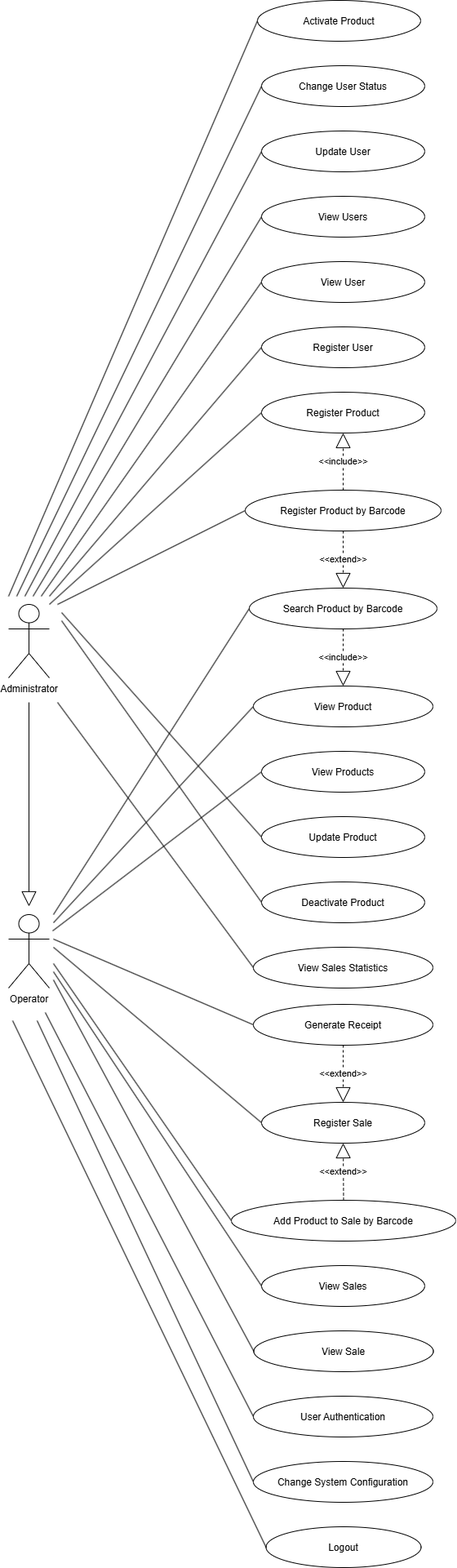
This is docs/diagrams/Use_Case_Diagram.png from Marcos556149/sales-management-system, a draw.io export, as it was before one commit. Source tidied: cells renumbered, new cells last; positions are measured from the earlier drawing's top-left corner, leaving out a move shared by most shapes.
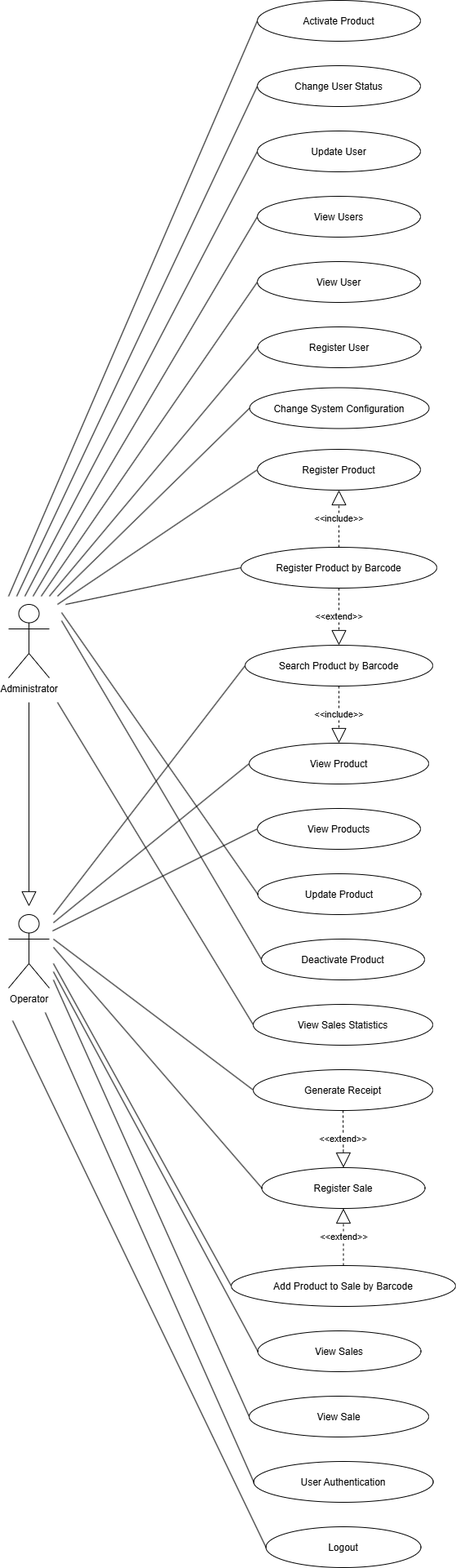
The same file after the commit.

Change to the diagram source:
```diff
@@ -3,43 +3,43 @@
     <mxCell id="0" />
     <mxCell id="1" parent="0" />
     <mxCell id="2" value="Register Product" style="ellipse;" parent="1" vertex="1">
-      <mxGeometry x="310" y="480" width="200" height="50" as="geometry" />
+      <mxGeometry x="305" y="550" width="200" height="50" as="geometry" />
     </mxCell>
     <mxCell id="3" value="View Products" style="ellipse;" parent="1" vertex="1">
-      <mxGeometry x="310" y="920" width="200" height="50" as="geometry" />
+      <mxGeometry x="305" y="990" width="200" height="50" as="geometry" />
     </mxCell>
     <mxCell id="4" value="Update Product" style="ellipse;" parent="1" vertex="1">
-      <mxGeometry x="310" y="1000" width="200" height="50" as="geometry" />
+      <mxGeometry x="305.5" y="1070" width="200" height="50" as="geometry" />
     </mxCell>
     <mxCell id="5" value="Deactivate Product" style="ellipse;" parent="1" vertex="1">
-      <mxGeometry x="310" y="1080" width="200" height="50" as="geometry" />
+      <mxGeometry x="310" y="1150" width="200" height="50" as="geometry" />
     </mxCell>
     <mxCell id="6" value="Search Product by Barcode" style="ellipse;" parent="1" vertex="1">
-      <mxGeometry x="295" y="720" width="230" height="50" as="geometry" />
+      <mxGeometry x="290" y="790" width="230" height="50" as="geometry" />
     </mxCell>
     <mxCell id="7" value="Register Product by Barcode" style="ellipse;" parent="1" vertex="1">
-      <mxGeometry x="290" y="600" width="240" height="50" as="geometry" />
+      <mxGeometry x="285" y="670" width="240" height="50" as="geometry" />
     </mxCell>
     <mxCell id="8" value="View Product" style="ellipse;" parent="1" vertex="1">
-      <mxGeometry x="300" y="840" width="220" height="50" as="geometry" />
+      <mxGeometry x="295" y="910" width="220" height="50" as="geometry" />
     </mxCell>
     <mxCell id="9" value="Register Sale" style="ellipse;" parent="1" vertex="1">
-      <mxGeometry x="310" y="1350" width="200" height="50" as="geometry" />
+      <mxGeometry x="310.5" y="1430" width="200" height="50" as="geometry" />
     </mxCell>
     <mxCell id="10" value="View Sales" style="ellipse;" parent="1" vertex="1">
-      <mxGeometry x="310" y="1550" width="200" height="50" as="geometry" />
+      <mxGeometry x="305.5" y="1630" width="200" height="50" as="geometry" />
     </mxCell>
     <mxCell id="11" value="Add Product to Sale by Barcode" style="ellipse;" parent="1" vertex="1">
-      <mxGeometry x="273" y="1470" width="275" height="50" as="geometry" />
+      <mxGeometry x="273" y="1550" width="275" height="50" as="geometry" />
     </mxCell>
     <mxCell id="12" value="Generate Receipt" style="ellipse;" parent="1" vertex="1">
-      <mxGeometry x="300" y="1230" width="220" height="50" as="geometry" />
+      <mxGeometry x="300" y="1310" width="220" height="50" as="geometry" />
     </mxCell>
     <mxCell id="13" value="View Sale" style="ellipse;" parent="1" vertex="1">
-      <mxGeometry x="300.5" y="1630" width="220" height="50" as="geometry" />
+      <mxGeometry x="295" y="1710" width="220" height="50" as="geometry" />
     </mxCell>
     <mxCell id="14" value="User Authentication" style="ellipse;" parent="1" vertex="1">
-      <mxGeometry x="300" y="1710" width="220" height="50" as="geometry" />
+      <mxGeometry x="300.5" y="1790" width="220" height="50" as="geometry" />
     </mxCell>
     <mxCell id="15" value="Administrator" style="shape=umlActor;verticalLabelPosition=bottom;verticalAlign=top;html=1;" parent="1" vertex="1">
       <mxGeometry y="740" width="50" height="90" as="geometry" />
@@ -62,148 +62,148 @@
     <mxCell id="21" value="&amp;lt;&amp;lt;extend&amp;gt;&amp;gt;" style="endArrow=block;endSize=16;endFill=0;html=1;rounded=0;dashed=1;entryX=0.5;entryY=0;entryDx=0;entryDy=0;exitX=0.5;exitY=1;exitDx=0;exitDy=0;" parent="1" edge="1" source="7" target="6">
       <mxGeometry relative="1" as="geometry" />
     </mxCell>
-    <mxCell id="22" style="endArrow=none;html=1;rounded=0;entryX=0;entryY=0.5;entryDx=0;entryDy=0;" parent="1" edge="1" target="6">
-      <mxGeometry relative="1" as="geometry">
-        <mxPoint x="55" y="1120" as="sourcePoint" />
-      </mxGeometry>
-    </mxCell>
-    <mxCell id="23" style="endArrow=none;html=1;rounded=0;entryX=0;entryY=0.5;entryDx=0;entryDy=0;" parent="1" edge="1" target="8">
-      <mxGeometry relative="1" as="geometry">
-        <mxPoint x="55" y="1130" as="sourcePoint" />
-      </mxGeometry>
-    </mxCell>
-    <mxCell id="24" style="endArrow=none;html=1;rounded=0;entryX=0;entryY=0.5;entryDx=0;entryDy=0;" parent="1" edge="1" target="3">
-      <mxGeometry relative="1" as="geometry">
-        <mxPoint x="54" y="1140" as="sourcePoint" />
-      </mxGeometry>
-    </mxCell>
-    <mxCell id="25" style="endArrow=none;html=1;rounded=0;entryX=0;entryY=0.5;entryDx=0;entryDy=0;" parent="1" edge="1" target="14">
-      <mxGeometry relative="1" as="geometry">
-        <mxPoint x="45" y="1240" as="sourcePoint" />
-      </mxGeometry>
-    </mxCell>
-    <mxCell id="26" style="endArrow=block;endSize=16;endFill=0;html=1;rounded=0;" parent="1" edge="1">
-      <mxGeometry relative="1" as="geometry">
-        <mxPoint x="25" y="860" as="sourcePoint" />
-        <mxPoint x="25" y="1110" as="targetPoint" />
-      </mxGeometry>
-    </mxCell>
-    <mxCell id="27" style="endArrow=none;html=1;rounded=0;entryX=0;entryY=0.5;entryDx=0;entryDy=0;" parent="1" edge="1" target="10">
-      <mxGeometry relative="1" as="geometry">
-        <mxPoint x="55" y="1190" as="sourcePoint" />
-      </mxGeometry>
-    </mxCell>
-    <mxCell id="28" style="endArrow=none;html=1;rounded=0;entryX=0;entryY=0.5;entryDx=0;entryDy=0;" parent="1" edge="1" target="13">
-      <mxGeometry relative="1" as="geometry">
-        <mxPoint x="55" y="1200" as="sourcePoint" />
-      </mxGeometry>
-    </mxCell>
-    <mxCell id="29" style="endArrow=none;html=1;rounded=0;entryX=0;entryY=0.5;entryDx=0;entryDy=0;" parent="1" edge="1" target="9">
-      <mxGeometry relative="1" as="geometry">
-        <mxPoint x="55" y="1160" as="sourcePoint" />
-      </mxGeometry>
-    </mxCell>
-    <mxCell id="30" style="endArrow=none;html=1;rounded=0;entryX=0;entryY=0.5;entryDx=0;entryDy=0;" parent="1" edge="1" target="11">
-      <mxGeometry relative="1" as="geometry">
-        <mxPoint x="55" y="1180" as="sourcePoint" />
-      </mxGeometry>
-    </mxCell>
-    <mxCell id="31" style="endArrow=none;html=1;rounded=0;entryX=0;entryY=0.5;entryDx=0;entryDy=0;" parent="1" edge="1" target="12">
-      <mxGeometry relative="1" as="geometry">
-        <mxPoint x="55" y="1150" as="sourcePoint" />
-      </mxGeometry>
-    </mxCell>
-    <mxCell id="32" style="endArrow=none;html=1;rounded=0;entryX=0;entryY=0.5;entryDx=0;entryDy=0;" parent="1" edge="1" target="39">
-      <mxGeometry relative="1" as="geometry">
-        <mxPoint x="35" y="1250" as="sourcePoint" />
-      </mxGeometry>
-    </mxCell>
-    <mxCell id="33" style="endArrow=none;html=1;rounded=0;entryX=0;entryY=0.5;entryDx=0;entryDy=0;" parent="1" edge="1" target="2">
-      <mxGeometry relative="1" as="geometry">
-        <mxPoint x="50" y="740" as="sourcePoint" />
-      </mxGeometry>
-    </mxCell>
-    <mxCell id="34" style="endArrow=none;html=1;rounded=0;entryX=0;entryY=0.5;entryDx=0;entryDy=0;" parent="1" edge="1" target="7">
-      <mxGeometry relative="1" as="geometry">
-        <mxPoint x="60" y="740" as="sourcePoint" />
-      </mxGeometry>
-    </mxCell>
-    <mxCell id="35" style="endArrow=none;html=1;rounded=0;entryX=0;entryY=0.5;entryDx=0;entryDy=0;" parent="1" edge="1" target="4">
-      <mxGeometry relative="1" as="geometry">
-        <mxPoint x="65" y="750" as="sourcePoint" />
-      </mxGeometry>
-    </mxCell>
-    <mxCell id="36" style="endArrow=none;html=1;rounded=0;entryX=0;entryY=0.5;entryDx=0;entryDy=0;" parent="1" edge="1" target="5">
-      <mxGeometry relative="1" as="geometry">
-        <mxPoint x="65" y="760" as="sourcePoint" />
-      </mxGeometry>
-    </mxCell>
+    <mxCell id="54" style="endArrow=none;html=1;rounded=0;entryX=0;entryY=0.5;entryDx=0;entryDy=0;" parent="1" edge="1" target="6">
+      <mxGeometry relative="1" as="geometry">
+        <mxPoint x="55" y="1120" as="sourcePoint" />
+      </mxGeometry>
+    </mxCell>
+    <mxCell id="55" style="endArrow=none;html=1;rounded=0;entryX=0;entryY=0.5;entryDx=0;entryDy=0;" parent="1" edge="1" target="8">
+      <mxGeometry relative="1" as="geometry">
+        <mxPoint x="55" y="1130" as="sourcePoint" />
+      </mxGeometry>
+    </mxCell>
+    <mxCell id="56" style="endArrow=none;html=1;rounded=0;entryX=0;entryY=0.5;entryDx=0;entryDy=0;" parent="1" edge="1" target="3">
+      <mxGeometry relative="1" as="geometry">
+        <mxPoint x="54" y="1140" as="sourcePoint" />
+      </mxGeometry>
+    </mxCell>
+    <mxCell id="57" style="endArrow=none;html=1;rounded=0;entryX=0;entryY=0.5;entryDx=0;entryDy=0;" parent="1" edge="1" target="14">
+      <mxGeometry relative="1" as="geometry">
+        <mxPoint x="45" y="1240" as="sourcePoint" />
+      </mxGeometry>
+    </mxCell>
+    <mxCell id="58" style="endArrow=block;endSize=16;endFill=0;html=1;rounded=0;" parent="1" edge="1">
+      <mxGeometry relative="1" as="geometry">
+        <mxPoint x="25" y="860" as="sourcePoint" />
+        <mxPoint x="25" y="1110" as="targetPoint" />
+      </mxGeometry>
+    </mxCell>
+    <mxCell id="59" style="endArrow=none;html=1;rounded=0;entryX=0;entryY=0.5;entryDx=0;entryDy=0;" parent="1" edge="1" target="10">
+      <mxGeometry relative="1" as="geometry">
+        <mxPoint x="55" y="1190" as="sourcePoint" />
+      </mxGeometry>
+    </mxCell>
+    <mxCell id="60" style="endArrow=none;html=1;rounded=0;entryX=0;entryY=0.5;entryDx=0;entryDy=0;" parent="1" edge="1" target="13">
+      <mxGeometry relative="1" as="geometry">
+        <mxPoint x="55" y="1200" as="sourcePoint" />
+      </mxGeometry>
+    </mxCell>
+    <mxCell id="61" style="endArrow=none;html=1;rounded=0;entryX=0;entryY=0.5;entryDx=0;entryDy=0;" parent="1" edge="1" target="9">
+      <mxGeometry relative="1" as="geometry">
+        <mxPoint x="55" y="1160" as="sourcePoint" />
+      </mxGeometry>
+    </mxCell>
+    <mxCell id="62" style="endArrow=none;html=1;rounded=0;entryX=0;entryY=0.5;entryDx=0;entryDy=0;" parent="1" edge="1" target="11">
+      <mxGeometry relative="1" as="geometry">
+        <mxPoint x="55" y="1180" as="sourcePoint" />
+      </mxGeometry>
+    </mxCell>
+    <mxCell id="63" style="endArrow=none;html=1;rounded=0;entryX=0;entryY=0.5;entryDx=0;entryDy=0;" parent="1" edge="1" target="12">
+      <mxGeometry relative="1" as="geometry">
+        <mxPoint x="55" y="1150" as="sourcePoint" />
+      </mxGeometry>
+    </mxCell>
+    <mxCell id="64" style="endArrow=none;html=1;rounded=0;entryX=0;entryY=0.5;entryDx=0;entryDy=0;" parent="1" edge="1" target="2">
+      <mxGeometry relative="1" as="geometry">
+        <mxPoint x="60" y="740" as="sourcePoint" />
+      </mxGeometry>
+    </mxCell>
+    <mxCell id="65" style="endArrow=none;html=1;rounded=0;entryX=0;entryY=0.5;entryDx=0;entryDy=0;" parent="1" edge="1" target="7">
+      <mxGeometry relative="1" as="geometry">
+        <mxPoint x="70" y="740" as="sourcePoint" />
+      </mxGeometry>
+    </mxCell>
+    <mxCell id="66" style="endArrow=none;html=1;rounded=0;entryX=0;entryY=0.5;entryDx=0;entryDy=0;" parent="1" edge="1" target="4">
+      <mxGeometry relative="1" as="geometry">
+        <mxPoint x="65" y="750" as="sourcePoint" />
+      </mxGeometry>
+    </mxCell>
+    <mxCell id="67" style="endArrow=none;html=1;rounded=0;entryX=0;entryY=0.5;entryDx=0;entryDy=0;" parent="1" edge="1" target="5">
+      <mxGeometry relative="1" as="geometry">
+        <mxPoint x="65" y="760" as="sourcePoint" />
+      </mxGeometry>
+    </mxCell>
     <mxCell id="37" value="View Sales Statistics" style="ellipse;" parent="1" vertex="1">
-      <mxGeometry x="300" y="1160" width="220" height="50" as="geometry" />
+      <mxGeometry x="300" y="1230" width="220" height="50" as="geometry" />
     </mxCell>
-    <mxCell id="38" style="endArrow=none;html=1;rounded=0;entryX=0;entryY=0.5;entryDx=0;entryDy=0;" parent="1" edge="1" target="37">
-      <mxGeometry relative="1" as="geometry">
-        <mxPoint x="60" y="860" as="sourcePoint" />
-      </mxGeometry>
-    </mxCell>
-    <mxCell id="39" value="Change System Configuration" style="ellipse;" parent="1" vertex="1">
-      <mxGeometry x="300" y="1790" width="220" height="50" as="geometry" />
-    </mxCell>
+    <mxCell id="68" style="endArrow=none;html=1;rounded=0;entryX=0;entryY=0.5;entryDx=0;entryDy=0;" parent="1" edge="1" target="37">
+      <mxGeometry relative="1" as="geometry">
+        <mxPoint x="60" y="860" as="sourcePoint" />
+      </mxGeometry>
+    </mxCell>
     <mxCell id="40" value="Logout" style="ellipse;" parent="1" vertex="1">
       <mxGeometry x="315.5" y="1870" width="190" height="50" as="geometry" />
     </mxCell>
-    <mxCell id="41" style="endArrow=none;html=1;rounded=0;entryX=0;entryY=0.5;entryDx=0;entryDy=0;" parent="1" edge="1" target="40">
-      <mxGeometry relative="1" as="geometry">
-        <mxPoint x="5" y="1250" as="sourcePoint" />
-      </mxGeometry>
-    </mxCell>
+    <mxCell id="69" style="endArrow=none;html=1;rounded=0;entryX=0;entryY=0.5;entryDx=0;entryDy=0;" parent="1" edge="1" target="40">
+      <mxGeometry relative="1" as="geometry">
+        <mxPoint x="5" y="1250" as="sourcePoint" />
+      </mxGeometry>
+    </mxCell>
     <mxCell id="42" value="Register User" style="ellipse;" parent="1" vertex="1">
-      <mxGeometry x="310" y="400" width="200" height="50" as="geometry" />
+      <mxGeometry x="305.5" y="400" width="200" height="50" as="geometry" />
     </mxCell>
     <mxCell id="43" value="View User" style="ellipse;" parent="1" vertex="1">
-      <mxGeometry x="310" y="320" width="200" height="50" as="geometry" />
+      <mxGeometry x="305" y="320" width="200" height="50" as="geometry" />
     </mxCell>
     <mxCell id="44" value="View Users" style="ellipse;" parent="1" vertex="1">
-      <mxGeometry x="310" y="240" width="200" height="50" as="geometry" />
+      <mxGeometry x="305" y="240" width="200" height="50" as="geometry" />
     </mxCell>
     <mxCell id="45" value="Update User" style="ellipse;" parent="1" vertex="1">
-      <mxGeometry x="310" y="160" width="200" height="50" as="geometry" />
+      <mxGeometry x="305" y="160" width="200" height="50" as="geometry" />
     </mxCell>
     <mxCell id="46" value="Change User Status" style="ellipse;" parent="1" vertex="1">
-      <mxGeometry x="310" y="80" width="200" height="50" as="geometry" />
+      <mxGeometry x="305" y="80" width="200" height="50" as="geometry" />
     </mxCell>
-    <mxCell id="47" style="endArrow=none;html=1;rounded=0;entryX=0;entryY=0.5;entryDx=0;entryDy=0;" parent="1" edge="1" target="42">
-      <mxGeometry relative="1" as="geometry">
-        <mxPoint x="50" y="730" as="sourcePoint" />
-      </mxGeometry>
-    </mxCell>
-    <mxCell id="48" style="endArrow=none;html=1;rounded=0;entryX=0;entryY=0.5;entryDx=0;entryDy=0;" parent="1" edge="1" target="43">
-      <mxGeometry relative="1" as="geometry">
-        <mxPoint x="40" y="730" as="sourcePoint" />
-      </mxGeometry>
-    </mxCell>
-    <mxCell id="49" style="endArrow=none;html=1;rounded=0;entryX=0;entryY=0.5;entryDx=0;entryDy=0;" parent="1" edge="1" target="44">
-      <mxGeometry relative="1" as="geometry">
-        <mxPoint x="30" y="730" as="sourcePoint" />
-      </mxGeometry>
-    </mxCell>
-    <mxCell id="50" style="endArrow=none;html=1;rounded=0;entryX=0;entryY=0.5;entryDx=0;entryDy=0;" parent="1" edge="1" target="45">
-      <mxGeometry relative="1" as="geometry">
-        <mxPoint x="20" y="730" as="sourcePoint" />
-      </mxGeometry>
-    </mxCell>
-    <mxCell id="51" style="endArrow=none;html=1;rounded=0;entryX=0;entryY=0.5;entryDx=0;entryDy=0;" parent="1" edge="1" target="46">
-      <mxGeometry relative="1" as="geometry">
-        <mxPoint x="10" y="730" as="sourcePoint" />
-      </mxGeometry>
-    </mxCell>
+    <mxCell id="70" style="endArrow=none;html=1;rounded=0;entryX=0;entryY=0.5;entryDx=0;entryDy=0;" parent="1" edge="1" target="42">
+      <mxGeometry relative="1" as="geometry">
+        <mxPoint x="50" y="730" as="sourcePoint" />
+      </mxGeometry>
+    </mxCell>
+    <mxCell id="71" style="endArrow=none;html=1;rounded=0;entryX=0;entryY=0.5;entryDx=0;entryDy=0;" parent="1" edge="1" target="43">
+      <mxGeometry relative="1" as="geometry">
+        <mxPoint x="40" y="730" as="sourcePoint" />
+      </mxGeometry>
+    </mxCell>
+    <mxCell id="72" style="endArrow=none;html=1;rounded=0;entryX=0;entryY=0.5;entryDx=0;entryDy=0;" parent="1" edge="1" target="44">
+      <mxGeometry relative="1" as="geometry">
+        <mxPoint x="30" y="730" as="sourcePoint" />
+      </mxGeometry>
+    </mxCell>
+    <mxCell id="73" style="endArrow=none;html=1;rounded=0;entryX=0;entryY=0.5;entryDx=0;entryDy=0;" parent="1" edge="1" target="45">
+      <mxGeometry relative="1" as="geometry">
+        <mxPoint x="20" y="730" as="sourcePoint" />
+      </mxGeometry>
+    </mxCell>
+    <mxCell id="74" style="endArrow=none;html=1;rounded=0;entryX=0;entryY=0.5;entryDx=0;entryDy=0;" parent="1" edge="1" target="46">
+      <mxGeometry relative="1" as="geometry">
+        <mxPoint x="10" y="730" as="sourcePoint" />
+      </mxGeometry>
+    </mxCell>
     <mxCell id="52" value="Activate Product" style="ellipse;" parent="1" vertex="1">
       <mxGeometry x="305" width="200" height="50" as="geometry" />
     </mxCell>
-    <mxCell id="53" style="endArrow=none;html=1;rounded=0;entryX=0;entryY=0.5;entryDx=0;entryDy=0;" parent="1" edge="1" target="52">
-      <mxGeometry relative="1" as="geometry">
-        <mxPoint y="730" as="sourcePoint" />
-      </mxGeometry>
-    </mxCell>
+    <mxCell id="75" style="endArrow=none;html=1;rounded=0;entryX=0;entryY=0.5;entryDx=0;entryDy=0;" parent="1" edge="1" target="52">
+      <mxGeometry relative="1" as="geometry">
+        <mxPoint y="730" as="sourcePoint" />
+      </mxGeometry>
+    </mxCell>
+    <mxCell id="39" value="Change System Configuration" style="ellipse;" parent="1" vertex="1">
+      <mxGeometry x="295.5" y="474.5" width="220" height="50" as="geometry" />
+    </mxCell>
+    <mxCell id="76" style="endArrow=none;html=1;rounded=0;entryX=0;entryY=0.5;entryDx=0;entryDy=0;" parent="1" edge="1" target="39">
+      <mxGeometry relative="1" as="geometry">
+        <mxPoint x="60" y="730" as="sourcePoint" />
+      </mxGeometry>
+    </mxCell>
   </root>
 </mxGraphModel>
```
